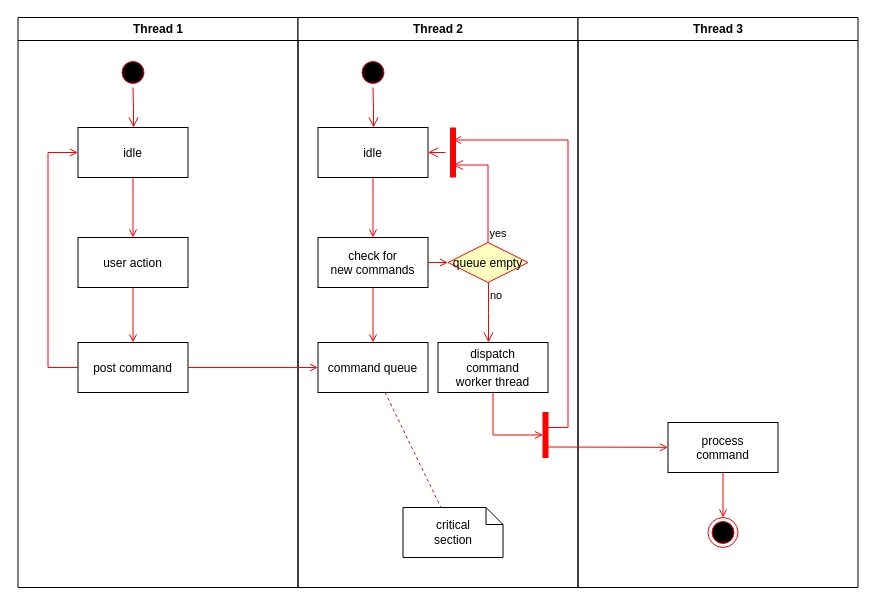
Above: drawio/未命名绘图.drawio in jayed008/notebook (draw.io), before the change. Source tidied: cells renumbered, new cells numbered last; positions are measured from the earlier drawing's top-left corner, leaving out a move shared by most shapes. Both pictures are drawn from the tidied source at 100%, with x=0, y=0 at pixel (17, 17).
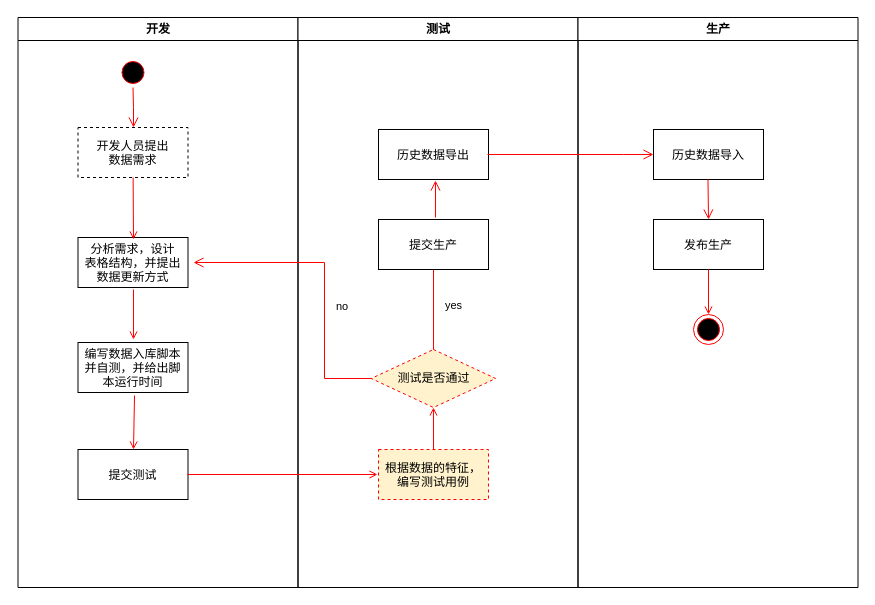
Above is the later version.

Commit message:
更新未命名绘图.drawio

The edit, as a diff of the source:
```diff
@@
-    <mxCell id="2" value="Thread 1" style="swimlane;whiteSpace=wrap;" parent="1" vertex="1">
+    <mxCell id="2" value="开发" style="swimlane;whiteSpace=wrap;" parent="1" vertex="1">
       <mxGeometry x="0.5" width="280" height="570" as="geometry" />
     </mxCell>
@@
-    <mxCell id="5" value="idle" parent="2" vertex="1">
+    <mxCell id="5" value="开发人员提出&#10;数据需求" style="dashed=1;" parent="2" vertex="1">
       <mxGeometry x="60" y="110" width="110" height="50" as="geometry" />
     </mxCell>
-    <mxCell id="6" value="user action" parent="2" vertex="1">
+    <mxCell id="6" value="分析需求，设计&#10;表格结构，并提出&#10;数据更新方式" parent="2" vertex="1">
       <mxGeometry x="60" y="220" width="110" height="50" as="geometry" />
     </mxCell>
-    <mxCell id="7" style="endArrow=open;strokeColor=#FF0000;endFill=1;rounded=0;" parent="2" edge="1" source="5" target="6">
-      <mxGeometry relative="1" as="geometry" />
+    <mxCell id="7" style="endArrow=open;strokeColor=#FF0000;endFill=1;rounded=0;" parent="2" edge="1" source="5">
+      <mxGeometry relative="1" as="geometry">
+        <mxPoint x="115.5" y="222" as="targetPoint" />
+      </mxGeometry>
     </mxCell>
-    <mxCell id="8" value="post command" parent="2" vertex="1">
+    <mxCell id="8" value="编写数据入库脚本&#10;并自测，并给出脚&#10;本运行时间" parent="2" vertex="1">
       <mxGeometry x="60" y="325" width="110" height="50" as="geometry" />
     </mxCell>
-    <mxCell id="9" style="endArrow=open;strokeColor=#FF0000;endFill=1;rounded=0;" parent="2" edge="1" source="6" target="8">
-      <mxGeometry relative="1" as="geometry" />
+    <mxCell id="9" style="endArrow=open;strokeColor=#FF0000;endFill=1;rounded=0;" parent="2" edge="1">
+      <mxGeometry relative="1" as="geometry">
+        <mxPoint x="115.5" y="272" as="sourcePoint" />
+        <mxPoint x="115.5" y="322" as="targetPoint" />
+      </mxGeometry>
     </mxCell>
-    <mxCell id="10" style="edgeStyle=elbowEdgeStyle;elbow=horizontal;strokeColor=#FF0000;endArrow=open;endFill=1;rounded=0;" parent="2" edge="1" source="8" target="5">
-      <mxGeometry relative="1" as="geometry">
-        <Array as="points">
-          <mxPoint x="30" y="250" />
-        </Array>
-      </mxGeometry>
-    </mxCell>
+    <mxCell id="37" value="提交测试" parent="2" vertex="1">
+      <mxGeometry x="60" y="432" width="110" height="50" as="geometry" />
+    </mxCell>
+    <mxCell id="38" style="endArrow=open;strokeColor=#FF0000;endFill=1;rounded=0;exitX=0.514;exitY=1.06;exitDx=0;exitDy=0;exitPerimeter=0;" parent="2" edge="1" source="8">
+      <mxGeometry relative="1" as="geometry">
+        <mxPoint x="115.5" y="432" as="targetPoint" />
+      </mxGeometry>
+    </mxCell>
-    <mxCell id="11" value="Thread 2" style="swimlane;whiteSpace=wrap;" parent="1" vertex="1">
+    <mxCell id="11" value="测试" style="swimlane;whiteSpace=wrap;" parent="1" vertex="1">
       <mxGeometry x="280.5" width="280" height="570" as="geometry" />
     </mxCell>
-    <mxCell id="12" style="ellipse;shape=startState;fillColor=#000000;strokeColor=#ff0000;" parent="11" vertex="1">
-      <mxGeometry x="60" y="40" width="30" height="30" as="geometry" />
-    </mxCell>
-    <mxCell id="13" style="edgeStyle=elbowEdgeStyle;elbow=horizontal;verticalAlign=bottom;endArrow=open;endSize=8;strokeColor=#FF0000;endFill=1;rounded=0;" parent="11" edge="1" source="12" target="14">
-      <mxGeometry x="40" y="20" as="geometry" />
-    </mxCell>
-    <mxCell id="14" value="idle" parent="11" vertex="1">
-      <mxGeometry x="20" y="110" width="110" height="50" as="geometry" />
-    </mxCell>
-    <mxCell id="15" value="check for &#10;new commands" parent="11" vertex="1">
-      <mxGeometry x="20" y="220" width="110" height="50" as="geometry" />
-    </mxCell>
-    <mxCell id="16" style="endArrow=open;strokeColor=#FF0000;endFill=1;rounded=0;" parent="11" edge="1" source="14" target="15">
-      <mxGeometry relative="1" as="geometry" />
-    </mxCell>
-    <mxCell id="17" value="command queue" parent="11" vertex="1">
-      <mxGeometry x="20" y="325" width="110" height="50" as="geometry" />
-    </mxCell>
-    <mxCell id="18" style="endArrow=open;strokeColor=#FF0000;endFill=1;rounded=0;" parent="11" edge="1" source="15" target="17">
-      <mxGeometry relative="1" as="geometry" />
-    </mxCell>
-    <mxCell id="19" value="queue empty" style="rhombus;fillColor=#ffffc0;strokeColor=#ff0000;" parent="11" vertex="1">
-      <mxGeometry x="150" y="225" width="80" height="40" as="geometry" />
-    </mxCell>
+    <mxCell id="39" value="根据数据的特征，&#10;编写测试用例" style="dashed=1;strokeColor=#FF0000;fillColor=#fff2cc;" parent="11" vertex="1">
+      <mxGeometry x="80.5" y="432" width="110" height="50" as="geometry" />
+    </mxCell>
+    <mxCell id="40" value="测试是否通过" style="rhombus;whiteSpace=wrap;html=1;fillColor=#fff2cc;strokeColor=#FF0000;dashed=1;" parent="11" vertex="1">
+      <mxGeometry x="73.2" y="332" width="124.5" height="58" as="geometry" />
+    </mxCell>
-    <mxCell id="20" value="yes" style="edgeStyle=elbowEdgeStyle;elbow=horizontal;align=left;verticalAlign=bottom;endArrow=open;endSize=8;strokeColor=#FF0000;exitX=0.5;exitY=0;endFill=1;rounded=0;entryX=0.75;entryY=0.5;entryPerimeter=0;" parent="11" edge="1" source="19" target="23">
-      <mxGeometry x="-1" relative="1" as="geometry">
-        <Array as="points">
-          <mxPoint x="190" y="180" />
-        </Array>
+    <mxCell id="20" value="yes" style="edgeStyle=orthogonalEdgeStyle;html=1;align=left;verticalAlign=top;endArrow=open;endSize=8;strokeColor=#ff0000;rounded=0;" parent="11" edge="1" source="40">
+      <mxGeometry x="0.14" y="-10" relative="1" as="geometry">
+        <mxPoint x="135.5" y="232" as="targetPoint" />
       </mxGeometry>
     </mxCell>
-    <mxCell id="21" value="no" style="edgeStyle=elbowEdgeStyle;elbow=horizontal;align=left;verticalAlign=top;endArrow=open;endSize=8;strokeColor=#FF0000;endFill=1;rounded=0;" parent="11" edge="1" source="19" target="25">
-      <mxGeometry x="-1" relative="1" as="geometry" />
-    </mxCell>
-    <mxCell id="22" style="endArrow=open;strokeColor=#FF0000;endFill=1;rounded=0;" parent="11" edge="1" source="15" target="19">
-      <mxGeometry relative="1" as="geometry" />
-    </mxCell>
-    <mxCell id="23" style="shape=line;strokeWidth=6;strokeColor=#ff0000;rotation=90;" parent="11" vertex="1">
-      <mxGeometry x="130" y="127.5" width="50" height="15" as="geometry" />
-    </mxCell>
-    <mxCell id="24" style="edgeStyle=elbowEdgeStyle;elbow=horizontal;verticalAlign=bottom;endArrow=open;endSize=8;strokeColor=#FF0000;endFill=1;rounded=0;" parent="11" edge="1" source="23" target="14">
-      <mxGeometry x="130" y="90" as="geometry" />
-    </mxCell>
-    <mxCell id="25" value="dispatch&#10;command&#10;worker thread" parent="11" vertex="1">
-      <mxGeometry x="140" y="325" width="110" height="50" as="geometry" />
-    </mxCell>
-    <mxCell id="26" value="critical&#10;section" style="shape=note;whiteSpace=wrap;size=17;" parent="11" vertex="1">
-      <mxGeometry x="105" y="490" width="100" height="50" as="geometry" />
-    </mxCell>
-    <mxCell id="27" style="endArrow=none;strokeColor=#FF0000;endFill=0;rounded=0;dashed=1;" parent="11" edge="1" source="17" target="26">
-      <mxGeometry relative="1" as="geometry" />
-    </mxCell>
-    <mxCell id="28" style="whiteSpace=wrap;strokeColor=#FF0000;fillColor=#FF0000;" parent="11" vertex="1">
-      <mxGeometry x="245" y="395" width="5" height="45" as="geometry" />
-    </mxCell>
-    <mxCell id="29" style="edgeStyle=elbowEdgeStyle;elbow=horizontal;entryX=0;entryY=0.5;strokeColor=#FF0000;endArrow=open;endFill=1;rounded=0;" parent="11" edge="1" source="25" target="28">
-      <mxGeometry relative="1" as="geometry">
-        <Array as="points">
-          <mxPoint x="195" y="400" />
-        </Array>
-      </mxGeometry>
-    </mxCell>
+    <mxCell id="41" style="endArrow=open;strokeColor=#FF0000;endFill=1;rounded=0;" parent="11" edge="1" target="40">
+      <mxGeometry relative="1" as="geometry">
+        <mxPoint x="135.5" y="432" as="sourcePoint" />
+      </mxGeometry>
+    </mxCell>
+    <mxCell id="42" value="提交生产" parent="11" vertex="1">
+      <mxGeometry x="80.5" y="202" width="110" height="50" as="geometry" />
+    </mxCell>
+    <mxCell id="43" value="历史数据导出" parent="11" vertex="1">
+      <mxGeometry x="80.5" y="112" width="110" height="50" as="geometry" />
+    </mxCell>
+    <mxCell id="44" style="edgeStyle=elbowEdgeStyle;elbow=horizontal;verticalAlign=bottom;endArrow=open;endSize=8;strokeColor=#FF0000;endFill=1;rounded=0;exitX=0.518;exitY=-0.04;exitDx=0;exitDy=0;exitPerimeter=0;entryX=0.518;entryY=1.02;entryDx=0;entryDy=0;entryPerimeter=0;" parent="11" edge="1" source="42" target="43">
+      <mxGeometry x="-334.5" y="-78" as="geometry" />
+    </mxCell>
-    <mxCell id="30" value="Thread 3" style="swimlane;whiteSpace=wrap;" parent="1" vertex="1">
+    <mxCell id="30" value="生产" style="swimlane;whiteSpace=wrap;" parent="1" vertex="1">
       <mxGeometry x="560.5" width="280" height="570" as="geometry" />
     </mxCell>
-    <mxCell id="31" value="process&#10;command" parent="30" vertex="1">
-      <mxGeometry x="90" y="405" width="110" height="50" as="geometry" />
+    <mxCell id="31" value="发布生产" parent="30" vertex="1">
+      <mxGeometry x="75.5" y="202" width="110" height="50" as="geometry" />
     </mxCell>
-    <mxCell id="32" style="edgeStyle=elbowEdgeStyle;elbow=horizontal;strokeColor=#FF0000;endArrow=open;endFill=1;rounded=0;entryX=0.25;entryY=0.5;entryPerimeter=0;" parent="30" edge="1" target="23">
-      <mxGeometry relative="1" as="geometry">
-        <mxPoint x="-30" y="410" as="sourcePoint" />
-        <Array as="points">
-          <mxPoint x="-10" y="135" />
-        </Array>
-      </mxGeometry>
-    </mxCell>
-    <mxCell id="33" style="edgeStyle=none;strokeColor=#FF0000;endArrow=open;endFill=1;rounded=0;" parent="30" edge="1" target="31">
-      <mxGeometry relative="1" as="geometry">
-        <mxPoint x="-30" y="429.5" as="sourcePoint" />
-      </mxGeometry>
-    </mxCell>
     <mxCell id="34" style="ellipse;shape=endState;fillColor=#000000;strokeColor=#ff0000;" parent="30" vertex="1">
-      <mxGeometry x="130" y="500" width="30" height="30" as="geometry" />
+      <mxGeometry x="115.5" y="297" width="30" height="30" as="geometry" />
     </mxCell>
-    <mxCell id="35" style="endArrow=open;strokeColor=#FF0000;endFill=1;rounded=0;" parent="30" edge="1" source="31" target="34">
-      <mxGeometry relative="1" as="geometry" />
+    <mxCell id="35" style="endArrow=open;strokeColor=#FF0000;endFill=1;rounded=0;" parent="30" edge="1" target="34">
+      <mxGeometry relative="1" as="geometry">
+        <mxPoint x="130.5" y="252" as="sourcePoint" />
+      </mxGeometry>
     </mxCell>
-    <mxCell id="36" style="endArrow=open;strokeColor=#FF0000;endFill=1;rounded=0;" parent="1" edge="1" source="8" target="17">
-      <mxGeometry relative="1" as="geometry" />
-    </mxCell>
+    <mxCell id="45" value="历史数据导入" parent="30" vertex="1">
+      <mxGeometry x="75.5" y="112" width="110" height="50" as="geometry" />
+    </mxCell>
+    <mxCell id="46" style="edgeStyle=elbowEdgeStyle;elbow=horizontal;verticalAlign=bottom;endArrow=open;endSize=8;strokeColor=#FF0000;endFill=1;rounded=0;" parent="30" edge="1">
+      <mxGeometry x="-49.5" y="4" as="geometry">
+        <mxPoint x="130" y="162" as="sourcePoint" />
+        <mxPoint x="130.5" y="202" as="targetPoint" />
+      </mxGeometry>
+    </mxCell>
+    <mxCell id="47" style="endArrow=open;strokeColor=#FF0000;endFill=1;rounded=0;exitX=0.995;exitY=0.5;exitDx=0;exitDy=0;exitPerimeter=0;entryX=-0.009;entryY=0.5;entryDx=0;entryDy=0;entryPerimeter=0;" parent="1" edge="1" source="37" target="39">
+      <mxGeometry relative="1" as="geometry" />
+    </mxCell>
+    <mxCell id="21" value="no" style="edgeStyle=orthogonalEdgeStyle;html=1;align=left;verticalAlign=bottom;endArrow=open;endSize=8;strokeColor=#ff0000;rounded=0;" parent="1" edge="1" source="40">
+      <mxGeometry x="-0.25" y="-10" relative="1" as="geometry">
+        <mxPoint x="176" y="245" as="targetPoint" />
+        <Array as="points">
+          <mxPoint x="307" y="361" />
+          <mxPoint x="307" y="245" />
+        </Array>
+      </mxGeometry>
+    </mxCell>
+    <mxCell id="48" style="edgeStyle=elbowEdgeStyle;elbow=horizontal;verticalAlign=bottom;endArrow=open;endSize=8;strokeColor=#FF0000;endFill=1;rounded=0;exitX=0.991;exitY=0.5;exitDx=0;exitDy=0;exitPerimeter=0;" parent="1" edge="1" source="43">
+      <mxGeometry x="120" y="60" as="geometry">
+        <mxPoint x="636" y="137" as="targetPoint" />
+        <Array as="points">
+          <mxPoint x="606" y="132" />
+        </Array>
+      </mxGeometry>
+    </mxCell>
```
